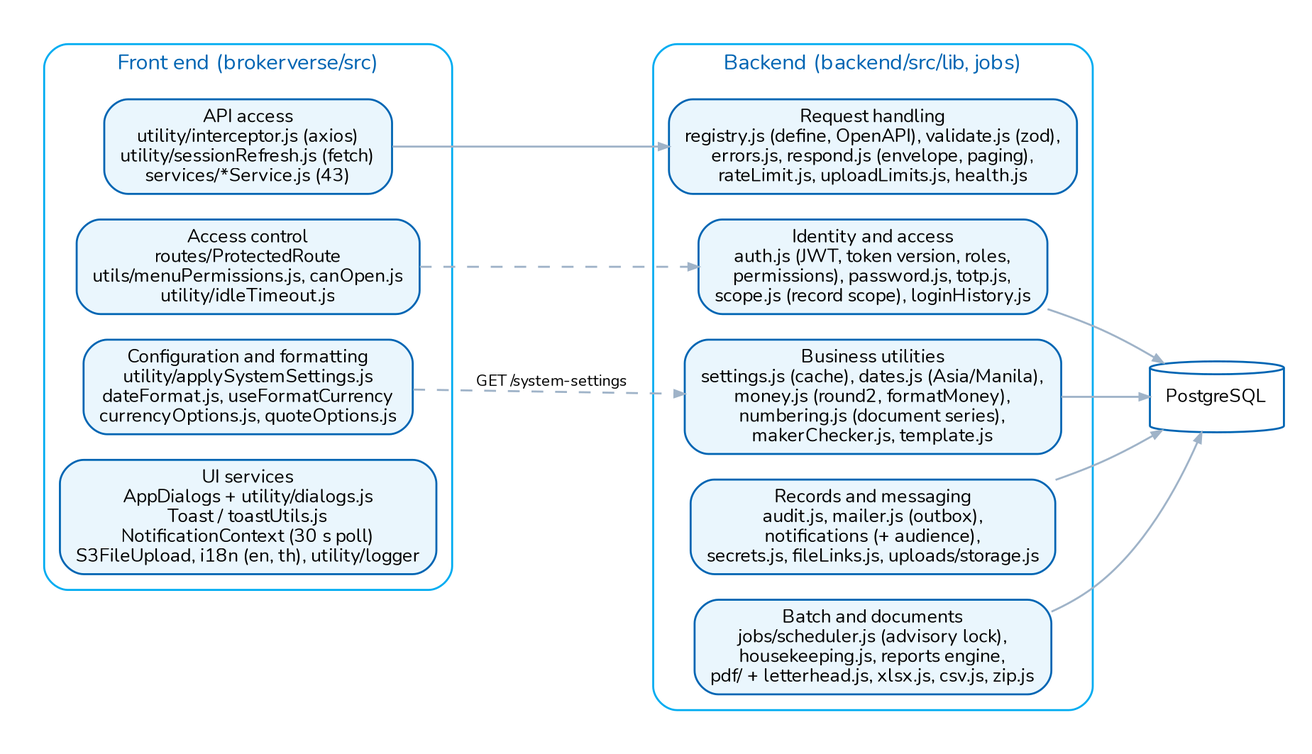
The Graphviz diagram docs/architecture/diagrams/d05_shared_services.png in IortaTexhNXT-DEV/BDOI-OOTB, before a commit. Its source is kept beside it as docs/architecture/diagrams/d05_shared_services.dot.
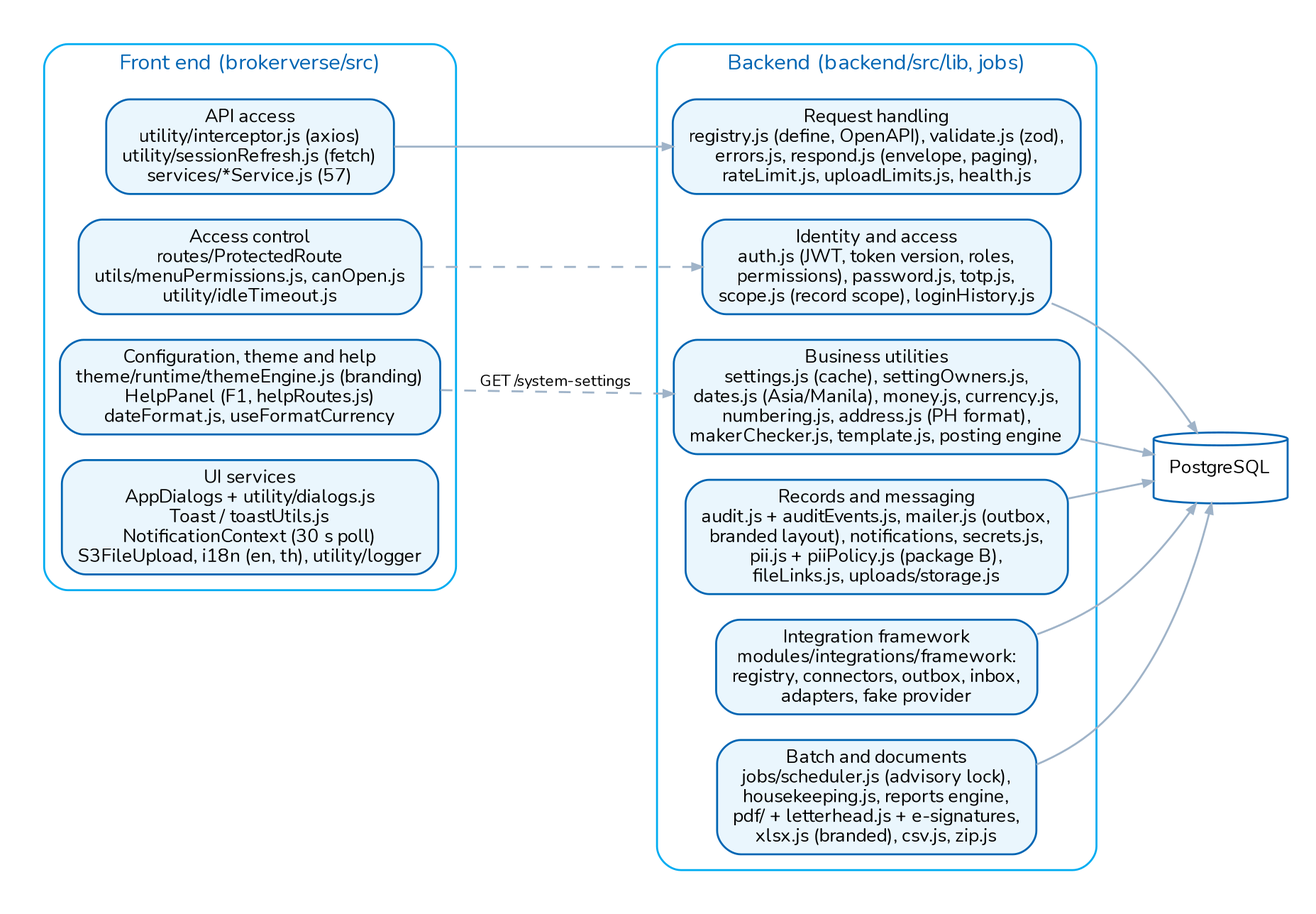
The same diagram one commit later.

What changed in the source:
```diff
@@ -3,19 +3,20 @@
   node  [shape=box, style="rounded,filled", fillcolor="#EAF6FD", color="#0065B3", fontname="Nunito", fontsize=9.5];
   edge  [color="#9FB3C8", arrowsize=0.5, fontname="Nunito", fontsize=9];
   subgraph cluster_fe { label="Front end (brokerverse/src)"; style="rounded"; color="#00ACF1"; fontcolor="#0065B3";
-    fe1 [label="API access\nutility/interceptor.js (axios)\nutility/sessionRefresh.js (fetch)\nservices/*Service.js (43)"];
+    fe1 [label="API access\nutility/interceptor.js (axios)\nutility/sessionRefresh.js (fetch)\nservices/*Service.js (57)"];
     fe2 [label="Access control\nroutes/ProtectedRoute\nutils/menuPermissions.js, canOpen.js\nutility/idleTimeout.js"];
-    fe3 [label="Configuration and formatting\nutility/applySystemSettings.js\ndateFormat.js, useFormatCurrency\ncurrencyOptions.js, quoteOptions.js"];
+    fe3 [label="Configuration, theme and help\ntheme/runtime/themeEngine.js (branding)\nHelpPanel (F1, helpRoutes.js)\ndateFormat.js, useFormatCurrency"];
     fe4 [label="UI services\nAppDialogs + utility/dialogs.js\nToast / toastUtils.js\nNotificationContext (30 s poll)\nS3FileUpload, i18n (en, th), utility/logger"];
   }
   subgraph cluster_be { label="Backend (backend/src/lib, jobs)"; style="rounded"; color="#00ACF1"; fontcolor="#0065B3";
     b1 [label="Identity and access\nauth.js (JWT, token version, roles,\npermissions), password.js, totp.js,\nscope.js (record scope), loginHistory.js"];
     b2 [label="Request handling\nregistry.js (define, OpenAPI), validate.js (zod),\nerrors.js, respond.js (envelope, paging),\nrateLimit.js, uploadLimits.js, health.js"];
-    b3 [label="Business utilities\nsettings.js (cache), dates.js (Asia/Manila),\nmoney.js (round2, formatMoney),\nnumbering.js (document series),\nmakerChecker.js, template.js"];
-    b4 [label="Records and messaging\naudit.js, mailer.js (outbox),\nnotifications (+ audience),\nsecrets.js, fileLinks.js, uploads/storage.js"];
-    b5 [label="Batch and documents\njobs/scheduler.js (advisory lock),\nhousekeeping.js, reports engine,\npdf/ + letterhead.js, xlsx.js, csv.js, zip.js"];
+    b3 [label="Business utilities\nsettings.js (cache), settingOwners.js,\ndates.js (Asia/Manila), money.js, currency.js,\nnumbering.js, address.js (PH format),\nmakerChecker.js, template.js, posting engine"];
+    b4 [label="Records and messaging\naudit.js + auditEvents.js, mailer.js (outbox,\nbranded layout), notifications, secrets.js,\npii.js + piiPolicy.js (package B),\nfileLinks.js, uploads/storage.js"];
+    b6 [label="Integration framework\nmodules/integrations/framework:\nregistry, connectors, outbox, inbox,\nadapters, fake provider"];
+    b5 [label="Batch and documents\njobs/scheduler.js (advisory lock),\nhousekeeping.js, reports engine,\npdf/ + letterhead.js + e-signatures,\nxlsx.js (branded), csv.js, zip.js"];
   }
   db [label="PostgreSQL", shape=cylinder, fillcolor="#FFFFFF"];
   fe1 -> b2; fe2 -> b1 [style=dashed]; fe3 -> b3 [style=dashed, label=" GET /system-settings ", fontsize=8];
-  b1 -> db; b2 -> db [style=invis]; b3 -> db; b4 -> db; b5 -> db;
+  b1 -> db; b2 -> db [style=invis]; b3 -> db; b4 -> db; b5 -> db; b6 -> db;
 }
```
